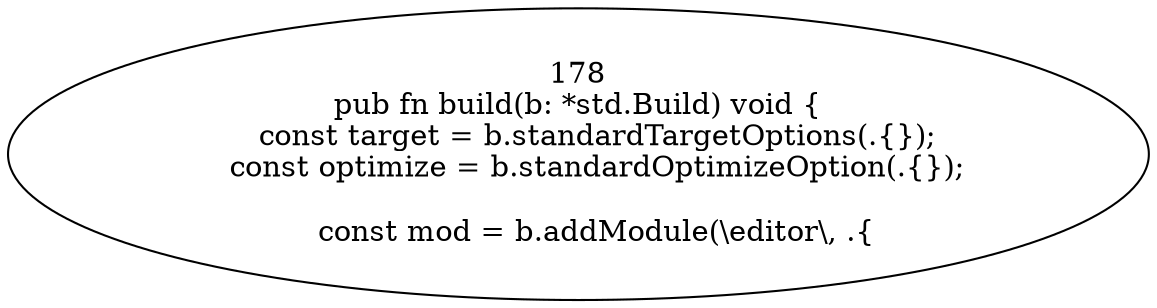
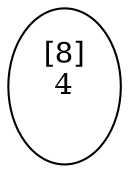
digraph {
- node0 [label="178\npub fn build(b: *std.Build) void {\n    const target = b.standardTargetOptions(.{});\n    const optimize = b.standardOptimizeOption(.{});\n\n    const mod = b.addModule(\\editor\\, .{\n"];
+ node0 [label="[8]\n4\n    "];
}
